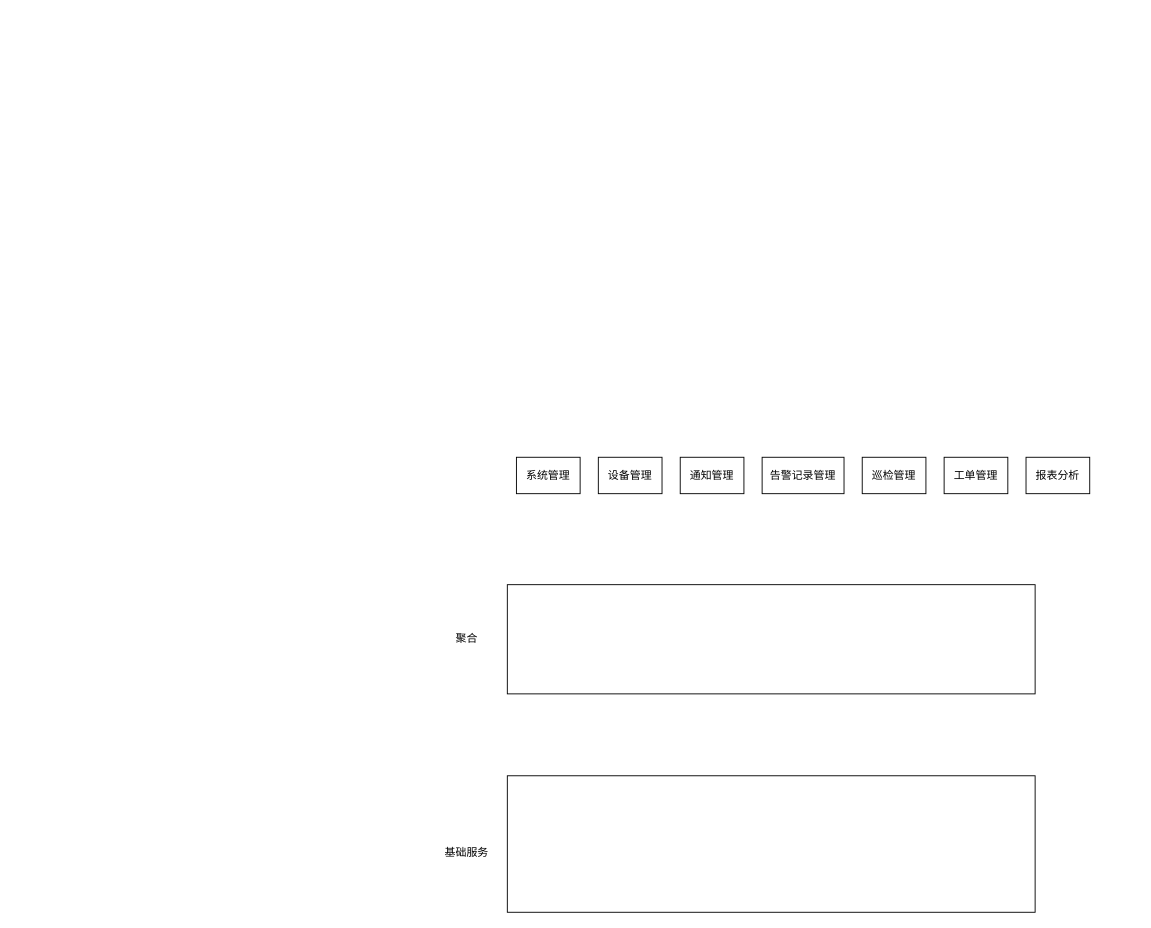
This is file/服务划分.drawio from misaka10059/diawio-file, a draw.io file, before an edit. Source tidied: cells renumbered, new cells numbered last; positions are measured from the earlier drawing's top-left corner, leaving out a move shared by most shapes. Both pictures are drawn from the tidied source at 91%, with x=0, y=0 at pixel (434, 457).
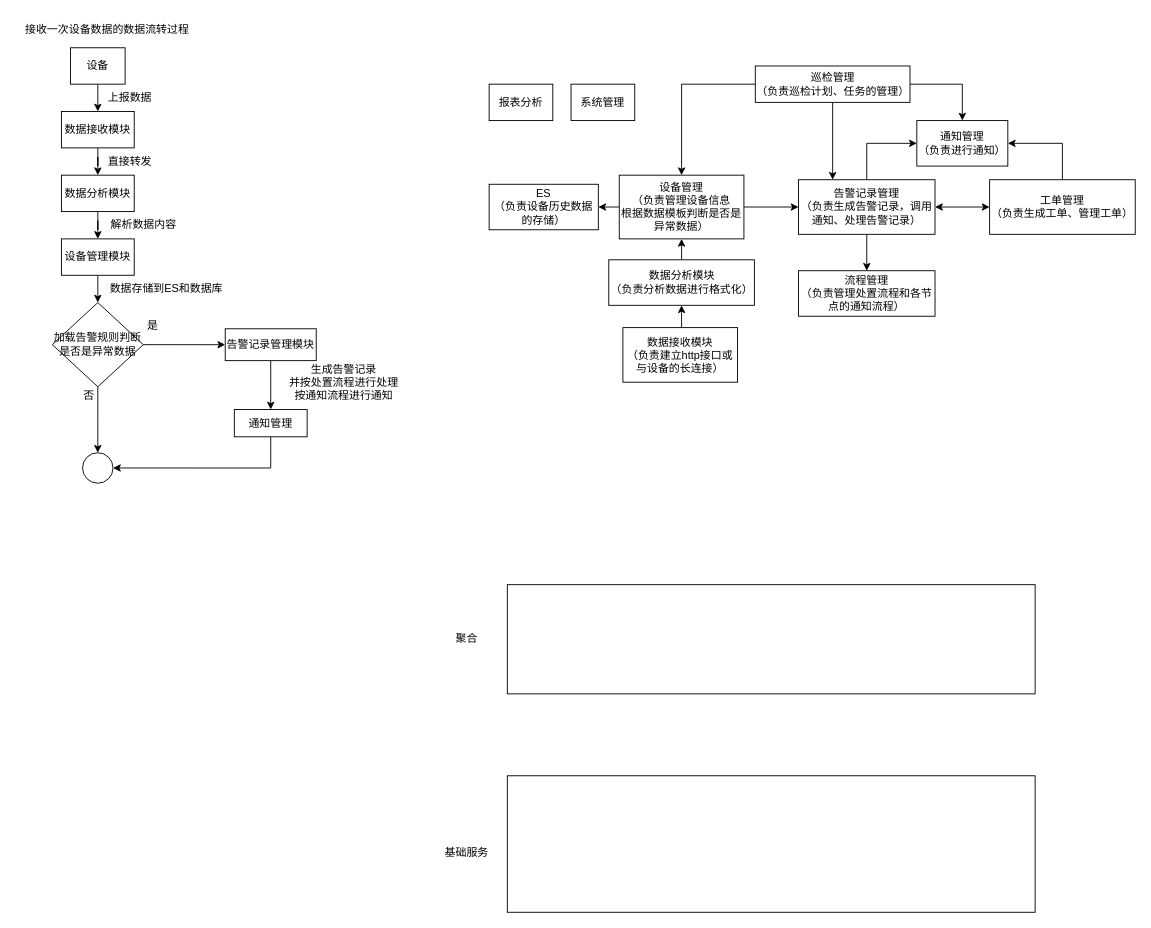
The same page after the edit.

Commit message:
更新服务划分.drawio

Diff of the diagram source:
```diff
@@
     <mxCell id="3" value="系统管理" style="rounded=0;whiteSpace=wrap;html=1;" parent="1" vertex="1">
-      <mxGeometry x="90" width="70" height="40" as="geometry" />
+      <mxGeometry x="150" y="-410" width="70" height="40" as="geometry" />
     </mxCell>
@@
+    <mxCell id="13" style="edgeStyle=orthogonalEdgeStyle;rounded=0;jettySize=auto;html=1;exitX=1;exitY=0.5;exitDx=0;exitDy=0;entryX=0;entryY=0.5;entryDx=0;entryDy=0;startArrow=none;startFill=0;" parent="1" edge="1" source="7" target="9">
+      <mxGeometry relative="1" as="geometry" />
+    </mxCell>
-    <mxCell id="7" value="设备管理" style="rounded=0;whiteSpace=wrap;html=1;" parent="1" vertex="1">
-      <mxGeometry x="180" width="70" height="40" as="geometry" />
+    <mxCell id="7" value="设备管理&lt;br&gt;（负责管理设备信息&lt;br&gt;根据数据模板判断是否是异常数据）" style="rounded=0;whiteSpace=wrap;html=1;" parent="1" vertex="1">
+      <mxGeometry x="203" y="-310" width="137" height="70" as="geometry" />
     </mxCell>
-    <mxCell id="8" value="通知管理" style="rounded=0;whiteSpace=wrap;html=1;" parent="1" vertex="1">
-      <mxGeometry x="270" width="70" height="40" as="geometry" />
+    <mxCell id="8" value="通知管理&lt;br&gt;（负责进行通知）" style="rounded=0;whiteSpace=wrap;html=1;" parent="1" vertex="1">
+      <mxGeometry x="530" y="-370" width="100" height="50" as="geometry" />
     </mxCell>
+    <mxCell id="14" style="edgeStyle=orthogonalEdgeStyle;rounded=0;jettySize=auto;html=1;exitX=0.5;exitY=0;exitDx=0;exitDy=0;entryX=0;entryY=0.5;entryDx=0;entryDy=0;" parent="1" edge="1" source="9" target="8">
+      <mxGeometry relative="1" as="geometry" />
+    </mxCell>
+    <mxCell id="15" style="edgeStyle=orthogonalEdgeStyle;rounded=0;jettySize=auto;html=1;exitX=1;exitY=0.5;exitDx=0;exitDy=0;entryX=0;entryY=0.5;entryDx=0;entryDy=0;startArrow=classic;startFill=1;" parent="1" edge="1" source="9" target="11">
+      <mxGeometry relative="1" as="geometry" />
+    </mxCell>
+    <mxCell id="16" style="edgeStyle=orthogonalEdgeStyle;rounded=0;jettySize=auto;html=1;exitX=0.5;exitY=1;exitDx=0;exitDy=0;entryX=0.5;entryY=0;entryDx=0;entryDy=0;startArrow=none;startFill=0;" parent="1" edge="1" source="9" target="27">
+      <mxGeometry relative="1" as="geometry" />
+    </mxCell>
-    <mxCell id="9" value="告警记录管理" style="rounded=0;whiteSpace=wrap;html=1;" parent="1" vertex="1">
-      <mxGeometry x="360" width="90" height="40" as="geometry" />
+    <mxCell id="9" value="告警记录管理&lt;br&gt;（负责生成告警记录，调用通知、处理告警记录）" style="rounded=0;whiteSpace=wrap;html=1;" parent="1" vertex="1">
+      <mxGeometry x="400" y="-305" width="150" height="60" as="geometry" />
     </mxCell>
+    <mxCell id="17" style="edgeStyle=orthogonalEdgeStyle;rounded=0;jettySize=auto;html=1;exitX=0;exitY=0.5;exitDx=0;exitDy=0;startArrow=none;startFill=0;" parent="1" edge="1" source="10" target="7">
+      <mxGeometry relative="1" as="geometry" />
+    </mxCell>
+    <mxCell id="18" style="edgeStyle=orthogonalEdgeStyle;rounded=0;jettySize=auto;html=1;exitX=0.5;exitY=1;exitDx=0;exitDy=0;entryX=0.25;entryY=0;entryDx=0;entryDy=0;startArrow=none;startFill=0;" parent="1" edge="1" source="10" target="9">
+      <mxGeometry relative="1" as="geometry" />
+    </mxCell>
+    <mxCell id="19" style="edgeStyle=orthogonalEdgeStyle;rounded=0;jettySize=auto;html=1;exitX=1;exitY=0.5;exitDx=0;exitDy=0;startArrow=none;startFill=0;" parent="1" edge="1" source="10" target="8">
+      <mxGeometry relative="1" as="geometry" />
+    </mxCell>
-    <mxCell id="10" value="巡检管理" style="rounded=0;whiteSpace=wrap;html=1;" parent="1" vertex="1">
-      <mxGeometry x="470" width="70" height="40" as="geometry" />
+    <mxCell id="10" value="巡检管理&lt;br&gt;（负责巡检计划、任务的管理）" style="rounded=0;whiteSpace=wrap;html=1;" parent="1" vertex="1">
+      <mxGeometry x="352.5" y="-430" width="170" height="40" as="geometry" />
     </mxCell>
+    <mxCell id="20" style="edgeStyle=orthogonalEdgeStyle;rounded=0;jettySize=auto;html=1;exitX=0.5;exitY=0;exitDx=0;exitDy=0;entryX=1;entryY=0.5;entryDx=0;entryDy=0;" parent="1" edge="1" source="11" target="8">
+      <mxGeometry relative="1" as="geometry" />
+    </mxCell>
-    <mxCell id="11" value="工单管理" style="rounded=0;whiteSpace=wrap;html=1;" parent="1" vertex="1">
-      <mxGeometry x="560" width="70" height="40" as="geometry" />
+    <mxCell id="11" value="工单管理&lt;br&gt;（负责生成工单、管理工单）" style="rounded=0;whiteSpace=wrap;html=1;" parent="1" vertex="1">
+      <mxGeometry x="610" y="-305" width="160" height="60" as="geometry" />
     </mxCell>
     <mxCell id="12" value="报表分析" style="rounded=0;whiteSpace=wrap;html=1;" parent="1" vertex="1">
-      <mxGeometry x="650" width="70" height="40" as="geometry" />
+      <mxGeometry x="60" y="-410" width="70" height="40" as="geometry" />
     </mxCell>
+    <mxCell id="21" style="edgeStyle=orthogonalEdgeStyle;rounded=0;jettySize=auto;html=1;exitX=0.5;exitY=0;exitDx=0;exitDy=0;entryX=0.5;entryY=1;entryDx=0;entryDy=0;" parent="1" edge="1" source="22" target="25">
+      <mxGeometry relative="1" as="geometry" />
+    </mxCell>
+    <mxCell id="22" value="数据接收模块&lt;br&gt;（负责建立http接口或与设备的长连接）" style="rounded=0;whiteSpace=wrap;html=1;" parent="1" vertex="1">
+      <mxGeometry x="207" y="-142.5" width="126" height="60" as="geometry" />
+    </mxCell>
+    <mxCell id="23" style="edgeStyle=orthogonalEdgeStyle;rounded=0;jettySize=auto;html=1;exitX=0;exitY=0.5;exitDx=0;exitDy=0;entryX=1;entryY=0.5;entryDx=0;entryDy=0;" parent="1" edge="1" source="7" target="26">
+      <mxGeometry relative="1" as="geometry" />
+    </mxCell>
+    <mxCell id="24" style="edgeStyle=orthogonalEdgeStyle;rounded=0;jettySize=auto;html=1;exitX=0.5;exitY=0;exitDx=0;exitDy=0;entryX=0.5;entryY=1;entryDx=0;entryDy=0;" parent="1" edge="1" source="25" target="7">
+      <mxGeometry relative="1" as="geometry" />
+    </mxCell>
+    <mxCell id="25" value="数据分析模块&lt;br&gt;（负责分析数据进行格式化）" style="rounded=0;whiteSpace=wrap;html=1;" parent="1" vertex="1">
+      <mxGeometry x="191.5" y="-217" width="160" height="50" as="geometry" />
+    </mxCell>
+    <mxCell id="26" value="ES&lt;br&gt;（负责设备历史数据的存储）" style="rounded=0;whiteSpace=wrap;html=1;" parent="1" vertex="1">
+      <mxGeometry x="60" y="-300" width="120" height="50" as="geometry" />
+    </mxCell>
+    <mxCell id="27" value="流程管理&lt;br&gt;（负责管理处置流程和各节点的通知流程）" style="rounded=0;whiteSpace=wrap;html=1;" parent="1" vertex="1">
+      <mxGeometry x="400" y="-205" width="150" height="50" as="geometry" />
+    </mxCell>
+    <mxCell id="28" style="edgeStyle=orthogonalEdgeStyle;rounded=0;jettySize=auto;html=1;exitX=0.5;exitY=1;exitDx=0;exitDy=0;entryX=0.5;entryY=0;entryDx=0;entryDy=0;startArrow=none;startFill=0;" parent="1" edge="1" source="29" target="32">
+      <mxGeometry relative="1" as="geometry" />
+    </mxCell>
+    <mxCell id="29" value="设备" style="rounded=0;whiteSpace=wrap;html=1;" parent="1" vertex="1">
+      <mxGeometry x="-400" y="-450" width="60" height="40" as="geometry" />
+    </mxCell>
+    <mxCell id="30" value="接收一次设备数据的数据流转过程" style="text;html=1;align=center;verticalAlign=middle;fillColor=none;strokeColor=none;rounded=0;" parent="1" vertex="1">
+      <mxGeometry x="-460" y="-485" width="200" height="30" as="geometry" />
+    </mxCell>
+    <mxCell id="31" style="edgeStyle=orthogonalEdgeStyle;rounded=0;jettySize=auto;html=1;exitX=0.5;exitY=1;exitDx=0;exitDy=0;startArrow=none;startFill=0;" parent="1" edge="1" source="32" target="35">
+      <mxGeometry relative="1" as="geometry" />
+    </mxCell>
+    <mxCell id="32" value="数据接收模块" style="rounded=0;whiteSpace=wrap;html=1;" parent="1" vertex="1">
+      <mxGeometry x="-410" y="-380" width="80" height="40" as="geometry" />
+    </mxCell>
+    <mxCell id="33" value="上报数据" style="text;html=1;align=center;verticalAlign=middle;fillColor=none;strokeColor=none;rounded=0;" parent="1" vertex="1">
+      <mxGeometry x="-370" y="-410" width="70" height="30" as="geometry" />
+    </mxCell>
+    <mxCell id="34" style="edgeStyle=orthogonalEdgeStyle;rounded=0;jettySize=auto;html=1;exitX=0.5;exitY=1;exitDx=0;exitDy=0;startArrow=none;startFill=0;" parent="1" edge="1" source="35" target="38">
+      <mxGeometry relative="1" as="geometry" />
+    </mxCell>
+    <mxCell id="35" value="数据分析模块" style="rounded=0;whiteSpace=wrap;html=1;" parent="1" vertex="1">
+      <mxGeometry x="-410" y="-310" width="80" height="40" as="geometry" />
+    </mxCell>
+    <mxCell id="36" value="直接转发" style="text;html=1;align=center;verticalAlign=middle;fillColor=none;strokeColor=none;rounded=0;" parent="1" vertex="1">
+      <mxGeometry x="-370" y="-340" width="70" height="30" as="geometry" />
+    </mxCell>
+    <mxCell id="37" style="edgeStyle=orthogonalEdgeStyle;rounded=0;jettySize=auto;html=1;exitX=0.5;exitY=1;exitDx=0;exitDy=0;entryX=0.5;entryY=0;entryDx=0;entryDy=0;startArrow=none;startFill=0;" parent="1" edge="1" source="38" target="50">
+      <mxGeometry relative="1" as="geometry" />
+    </mxCell>
+    <mxCell id="38" value="设备管理模块" style="rounded=0;whiteSpace=wrap;html=1;" parent="1" vertex="1">
+      <mxGeometry x="-410" y="-240" width="80" height="40" as="geometry" />
+    </mxCell>
+    <mxCell id="39" style="edgeStyle=orthogonalEdgeStyle;rounded=0;orthogonalLoop=1;jettySize=auto;html=1;exitX=0.5;exitY=1;exitDx=0;exitDy=0;startArrow=none;startFill=0;" parent="1" edge="1">
+      <mxGeometry relative="1" as="geometry">
+        <mxPoint x="-190" y="70" as="sourcePoint" />
+        <mxPoint x="-190" y="70" as="targetPoint" />
+      </mxGeometry>
+    </mxCell>
+    <mxCell id="40" style="edgeStyle=orthogonalEdgeStyle;rounded=0;jettySize=auto;html=1;exitX=0.5;exitY=1;exitDx=0;exitDy=0;entryX=0.5;entryY=0;entryDx=0;entryDy=0;startArrow=none;startFill=0;" parent="1" edge="1" source="41" target="46">
+      <mxGeometry relative="1" as="geometry" />
+    </mxCell>
+    <mxCell id="41" value="告警记录管理模块" style="rounded=0;whiteSpace=wrap;html=1;" parent="1" vertex="1">
+      <mxGeometry x="-230" y="-141.2" width="100" height="35" as="geometry" />
+    </mxCell>
+    <mxCell id="42" value="解析数据内容" style="text;html=1;align=center;verticalAlign=middle;fillColor=none;strokeColor=none;rounded=0;" parent="1" vertex="1">
+      <mxGeometry x="-370" y="-270" width="100" height="30" as="geometry" />
+    </mxCell>
+    <mxCell id="43" value="是" style="text;html=1;align=center;verticalAlign=middle;fillColor=none;strokeColor=none;rounded=0;" parent="1" vertex="1">
+      <mxGeometry x="-330" y="-160" width="40" height="30" as="geometry" />
+    </mxCell>
+    <mxCell id="44" value="否" style="text;html=1;align=center;verticalAlign=middle;fillColor=none;strokeColor=none;rounded=0;" parent="1" vertex="1">
+      <mxGeometry x="-400" y="-82.5" width="40" height="30" as="geometry" />
+    </mxCell>
+    <mxCell id="45" style="edgeStyle=orthogonalEdgeStyle;rounded=0;jettySize=auto;html=1;exitX=0.5;exitY=1;exitDx=0;exitDy=0;entryX=1;entryY=0.5;entryDx=0;entryDy=0;startArrow=none;startFill=0;" parent="1" edge="1" source="46" target="51">
+      <mxGeometry relative="1" as="geometry" />
+    </mxCell>
+    <mxCell id="46" value="通知管理" style="rounded=0;whiteSpace=wrap;html=1;" parent="1" vertex="1">
+      <mxGeometry x="-220" y="-52.5" width="80" height="30" as="geometry" />
+    </mxCell>
+    <mxCell id="47" value="生成告警记录&lt;br&gt;并按处置流程进行处理&lt;br&gt;按通知流程进行通知" style="text;html=1;align=center;verticalAlign=middle;fillColor=none;strokeColor=none;rounded=0;" parent="1" vertex="1">
+      <mxGeometry x="-170" y="-112.5" width="140" height="60" as="geometry" />
+    </mxCell>
+    <mxCell id="48" style="edgeStyle=orthogonalEdgeStyle;rounded=0;jettySize=auto;html=1;exitX=1;exitY=0.5;exitDx=0;exitDy=0;entryX=0;entryY=0.5;entryDx=0;entryDy=0;startArrow=none;startFill=0;" parent="1" edge="1" source="50" target="41">
+      <mxGeometry relative="1" as="geometry" />
+    </mxCell>
+    <mxCell id="49" style="edgeStyle=orthogonalEdgeStyle;rounded=0;jettySize=auto;html=1;exitX=0.5;exitY=1;exitDx=0;exitDy=0;startArrow=none;startFill=0;" parent="1" edge="1" source="50" target="51">
+      <mxGeometry relative="1" as="geometry" />
+    </mxCell>
+    <mxCell id="50" value="加载告警规则判断&lt;br&gt;是否是异常数据" style="rhombus;whiteSpace=wrap;html=1;" parent="1" vertex="1">
+      <mxGeometry x="-420" y="-170" width="100" height="92.5" as="geometry" />
+    </mxCell>
+    <mxCell id="51" style="ellipse;whiteSpace=wrap;html=1;" parent="1" vertex="1">
+      <mxGeometry x="-386.8" y="-5" width="33.5" height="33.5" as="geometry" />
+    </mxCell>
+    <mxCell id="52" value="数据存储到ES和数据库" style="text;html=1;align=center;verticalAlign=middle;fillColor=none;strokeColor=none;rounded=0;" parent="1" vertex="1">
+      <mxGeometry x="-370" y="-200" width="150" height="30" as="geometry" />
+    </mxCell>
```
